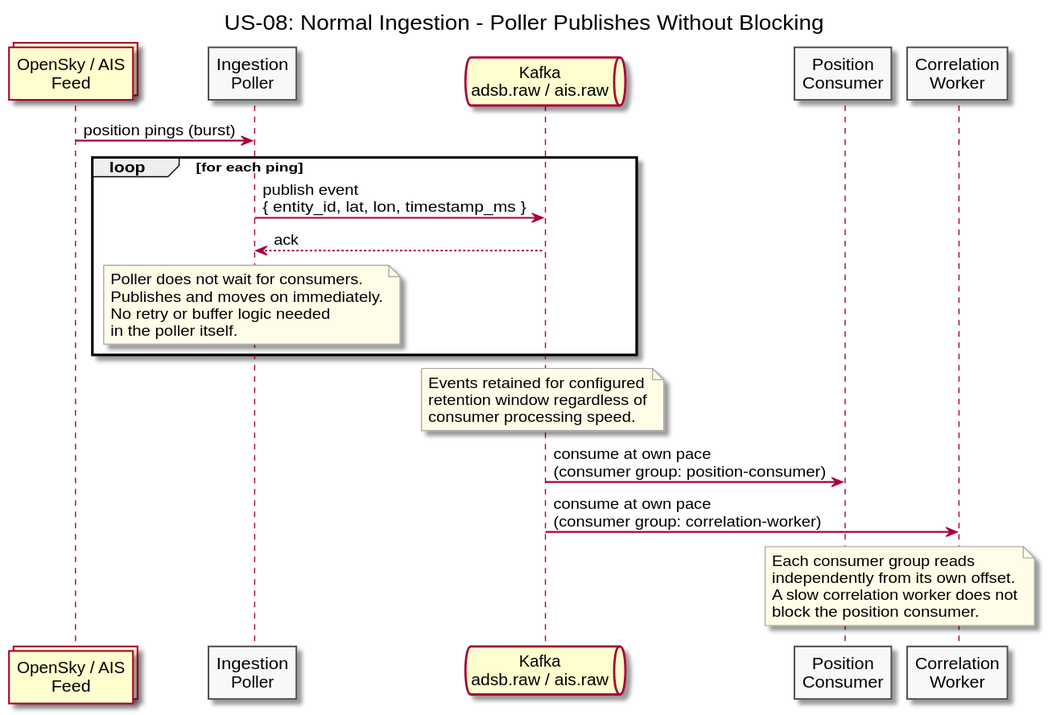
Above: diagrams/docs/use-cases/US-08-ingestion-reliability/normal-ingestion.svg in Buffden/sentinel (PlantUML), before the change.
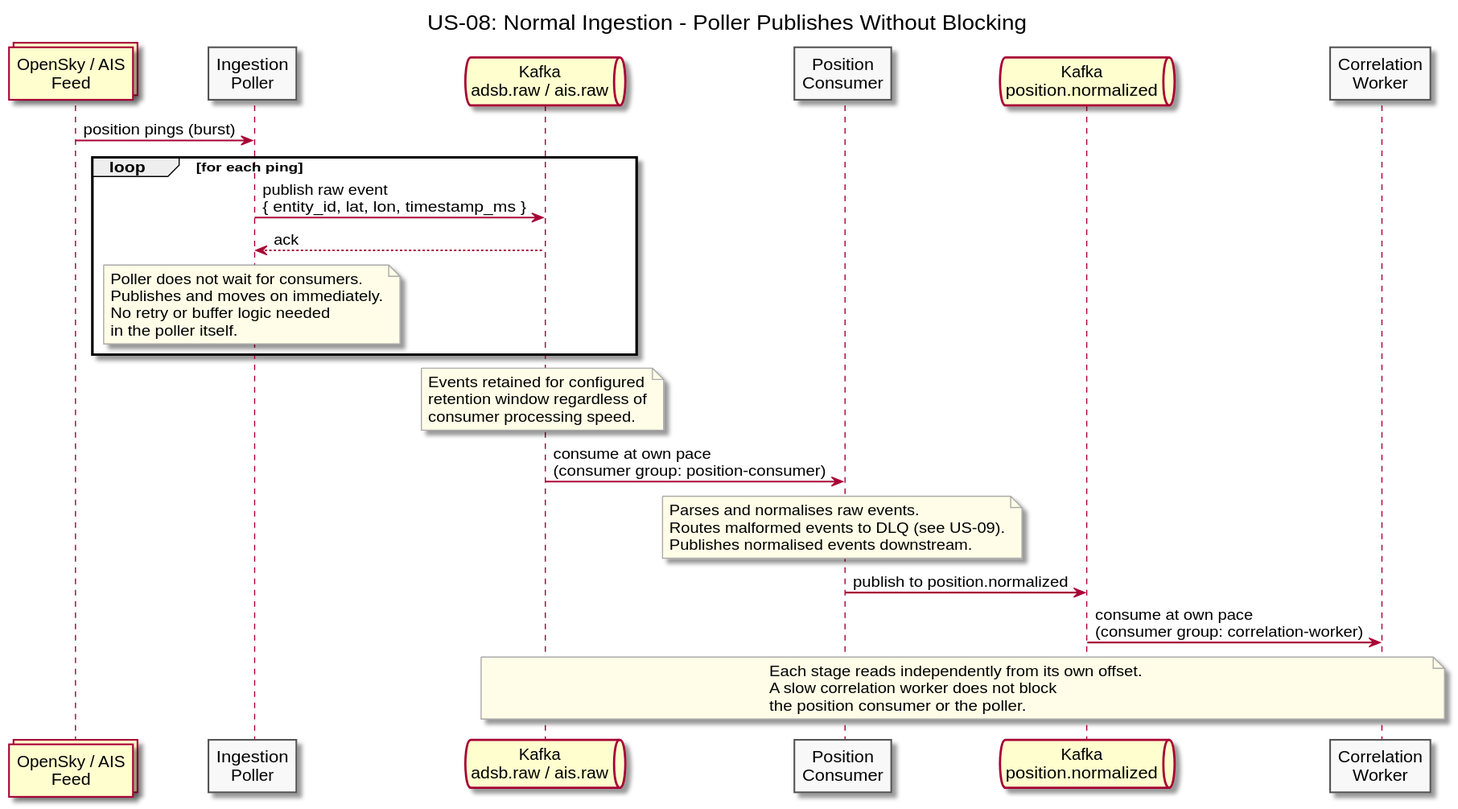
Above is the later version.

The edit, as a diff of the source:
```diff
@@ -9,15 +9,16 @@
 
 collections "OpenSky / AIS\nFeed" as Feed
 participant "Ingestion\nPoller" as Poller
-queue "Kafka\nadsb.raw / ais.raw" as Kafka
+queue "Kafka\nadsb.raw / ais.raw" as KafkaRaw
 participant "Position\nConsumer" as PosConsumer
+queue "Kafka\nposition.normalized" as KafkaNorm
 participant "Correlation\nWorker" as Correlation
 
 Feed -> Poller : position pings (burst)
 
 loop for each ping
-  Poller -> Kafka : publish event\n{ entity_id, lat, lon, timestamp_ms }
-  Kafka --> Poller : ack
+  Poller -> KafkaRaw : publish raw event\n{ entity_id, lat, lon, timestamp_ms }
+  KafkaRaw --> Poller : ack
 
   note over Poller
     Poller does not wait for consumers.
@@ -27,20 +28,28 @@
   end note
 end
 
-note over Kafka
+note over KafkaRaw
   Events retained for configured
   retention window regardless of
   consumer processing speed.
 end note
 
-Kafka -> PosConsumer : consume at own pace\n(consumer group: position-consumer)
-Kafka -> Correlation : consume at own pace\n(consumer group: correlation-worker)
+KafkaRaw -> PosConsumer : consume at own pace\n(consumer group: position-consumer)
 
-note over PosConsumer, Correlation
-  Each consumer group reads
-  independently from its own offset.
-  A slow correlation worker does not
-  block the position consumer.
+note over PosConsumer
+  Parses and normalises raw events.
+  Routes malformed events to DLQ (see US-09).
+  Publishes normalised events downstream.
+end note
+
+PosConsumer -> KafkaNorm : publish to position.normalized
+
+KafkaNorm -> Correlation : consume at own pace\n(consumer group: correlation-worker)
+
+note over KafkaRaw, Correlation
+  Each stage reads independently from its own offset.
+  A slow correlation worker does not block
+  the position consumer or the poller.
 end note
 
 @enduml
```
